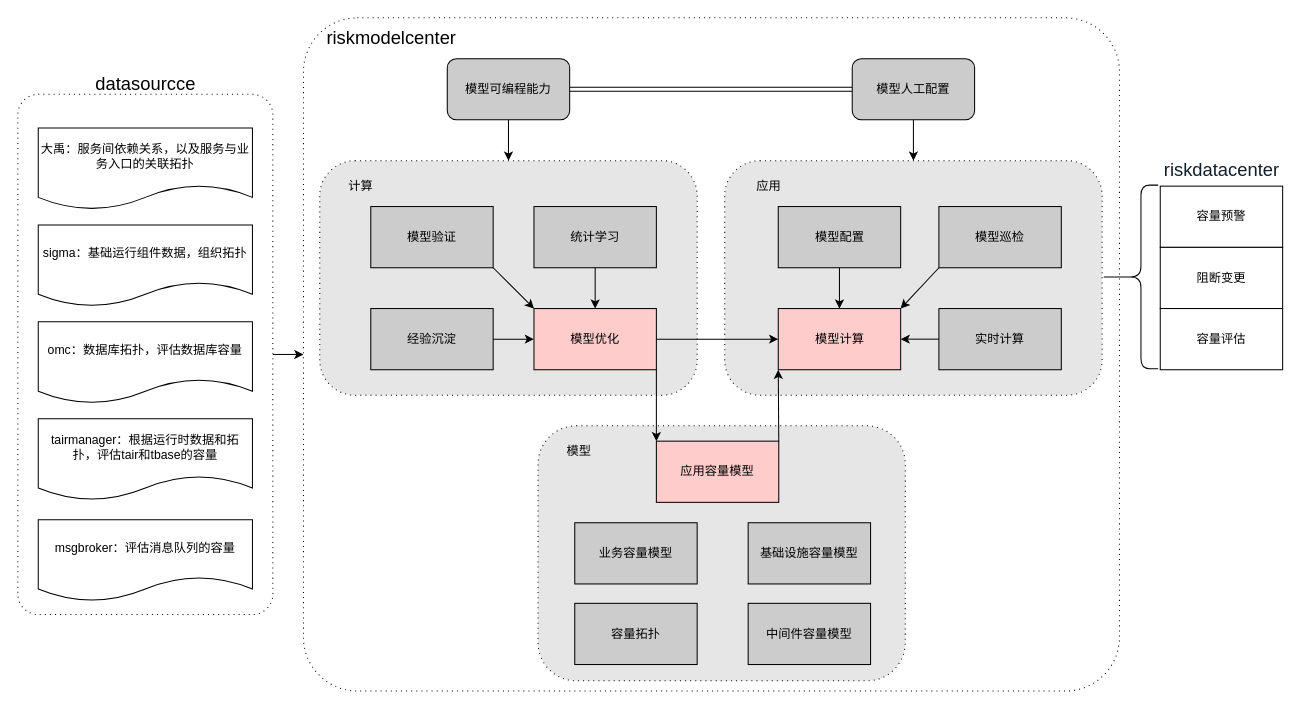
Earlier version of the draw.io diagram 容量.drawio (frankneu/draw.io). Source tidied: cells renumbered, new cells numbered last; positions are measured from the earlier drawing's top-left corner, leaving out a move shared by most shapes. Both pictures are drawn from the tidied source at 102%, with x=0, y=0 at pixel (17, 17).
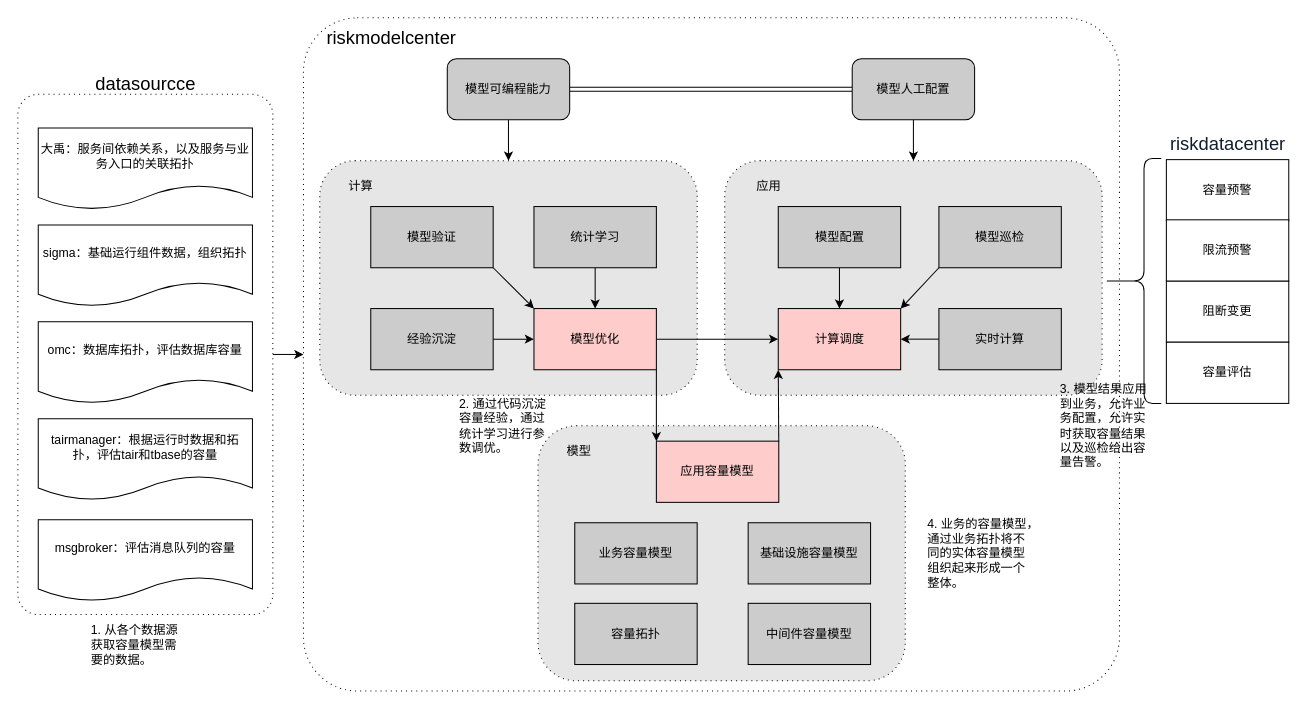
The same diagram, later.

Change to the diagram source:
```diff
@@
-    <mxCell id="16" value="模型计算" style="rounded=0;whiteSpace=wrap;html=1;fillColor=#FFCCCC;" parent="1" vertex="1">
+    <mxCell id="16" value="计算调度" style="rounded=0;whiteSpace=wrap;html=1;fillColor=#FFCCCC;" parent="1" vertex="1">
       <mxGeometry x="745.5" y="285" width="120" height="60" as="geometry" />
     </mxCell>
@@
     <mxCell id="26" value="容量预警" style="rounded=0;whiteSpace=wrap;html=1;fillColor=#FFFFFF;" parent="1" vertex="1">
-      <mxGeometry x="1120" y="165" width="120" height="60" as="geometry" />
+      <mxGeometry x="1126" y="139" width="120" height="60" as="geometry" />
     </mxCell>
     <mxCell id="27" value="阻断变更" style="rounded=0;whiteSpace=wrap;html=1;fillColor=#FFFFFF;" parent="1" vertex="1">
-      <mxGeometry x="1120" y="225" width="120" height="60" as="geometry" />
+      <mxGeometry x="1126" y="258" width="120" height="60" as="geometry" />
     </mxCell>
     <mxCell id="28" value="容量评估" style="rounded=0;whiteSpace=wrap;html=1;fillColor=#FFFFFF;" parent="1" vertex="1">
-      <mxGeometry x="1120" y="285" width="120" height="60" as="geometry" />
+      <mxGeometry x="1126" y="318" width="120" height="60" as="geometry" />
     </mxCell>
@@
     <mxCell id="37" style="shape=curlyBracket;whiteSpace=wrap;html=1;rounded=1;strokeColor=#000000;fillColor=#000000;size=0.7083333333333334;" parent="1" vertex="1">
-      <mxGeometry x="1060" y="164" width="58" height="180" as="geometry" />
+      <mxGeometry x="1063" y="138" width="58" height="240" as="geometry" />
     </mxCell>
@@
     <mxCell id="47" value="&lt;span style=&quot;color: rgb(17 , 31 , 44) ; text-align: left ; white-space: pre-wrap ; background-color: rgb(255 , 255 , 255)&quot;&gt;&lt;font style=&quot;font-size: 18px&quot;&gt;riskdatacenter&lt;/font&gt;&lt;/span&gt;" style="text;html=1;align=center;verticalAlign=middle;" parent="1" vertex="1">
-      <mxGeometry x="1115" y="140" width="130" height="20" as="geometry" />
+      <mxGeometry x="1121" y="114" width="130" height="20" as="geometry" />
     </mxCell>
@@
+    <mxCell id="50" value="1. 从各个数据源&lt;br&gt;获取容量模型需&lt;br&gt;要的数据。" style="text;html=1;align=left;verticalAlign=middle;" parent="1" vertex="1">
+      <mxGeometry x="70" y="590" width="100" height="50" as="geometry" />
+    </mxCell>
+    <mxCell id="51" value="2. 通过代码沉淀&lt;br&gt;容量经验，通过&lt;br&gt;统计学习进行参&lt;br&gt;数调优。" style="text;html=1;align=left;verticalAlign=middle;" parent="1" vertex="1">
+      <mxGeometry x="431" y="370" width="100" height="60" as="geometry" />
+    </mxCell>
+    <mxCell id="52" value="3. 模型结果应用&lt;br&gt;到业务，允许业&lt;br&gt;务配置，允许实&lt;br&gt;时获取容量结果&lt;br&gt;以及巡检给出容&lt;br&gt;量告警。" style="text;html=1;align=left;verticalAlign=middle;" parent="1" vertex="1">
+      <mxGeometry x="1020" y="355" width="100" height="90" as="geometry" />
+    </mxCell>
+    <mxCell id="53" value="4. 业务的容量模型，&lt;br&gt;通过业务拓扑将不&lt;br&gt;同的实体容量模型&lt;br&gt;组织起来形成一个&lt;br&gt;整体。" style="text;html=1;align=left;verticalAlign=middle;" parent="1" vertex="1">
+      <mxGeometry x="890" y="485" width="120" height="80" as="geometry" />
+    </mxCell>
+    <mxCell id="54" value="限流预警" style="rounded=0;whiteSpace=wrap;html=1;fillColor=#FFFFFF;" parent="1" vertex="1">
+      <mxGeometry x="1126" y="198" width="120" height="60" as="geometry" />
+    </mxCell>
```
